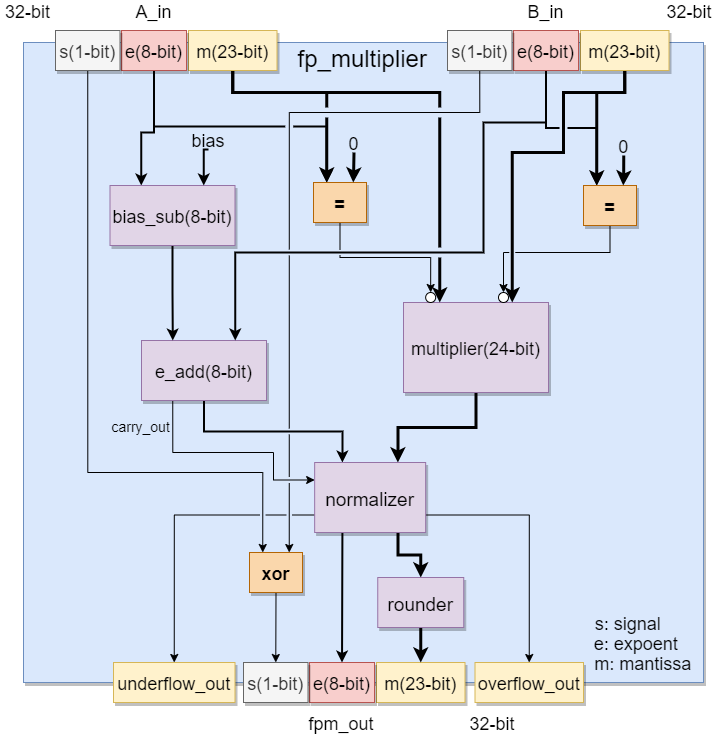
Above: floating_point_multiplier/fp_multiplier_structure.png in UandersonSilva/floating_point (draw.io), before the change. Source tidied: cells renumbered, new cells last; positions are measured from the earlier drawing's top-left corner, leaving out a move shared by most shapes.
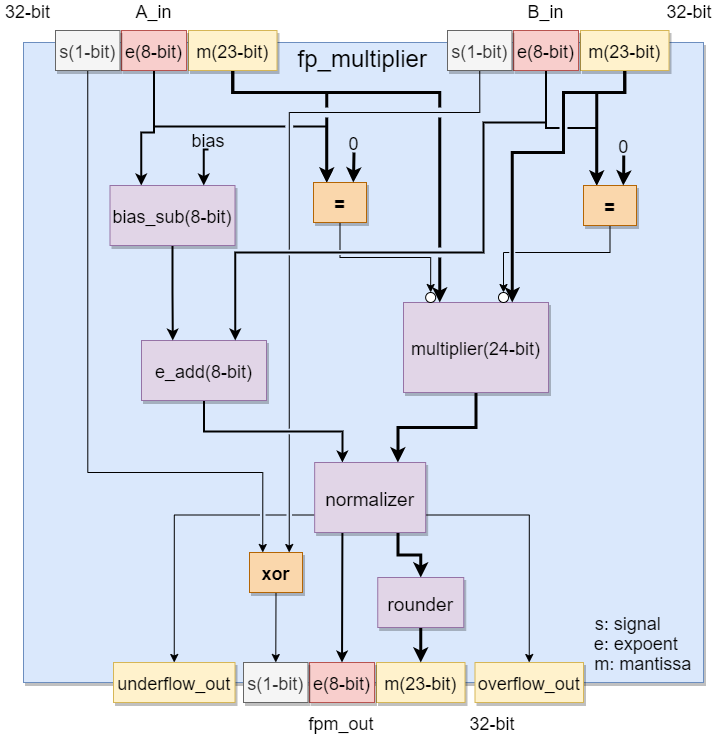
After the change.

Change to the diagram source:
```diff
@@ -20,15 +20,6 @@
     <mxCell id="7" style="edgeStyle=orthogonalEdgeStyle;rounded=0;jettySize=auto;html=1;exitX=0.5;exitY=1;exitDx=0;exitDy=0;entryX=0.25;entryY=0;entryDx=0;entryDy=0;strokeWidth=2;" parent="1" edge="1" source="9" target="40">
       <mxGeometry relative="1" as="geometry" />
     </mxCell>
-    <mxCell id="8" style="edgeStyle=orthogonalEdgeStyle;rounded=0;jettySize=auto;html=1;exitX=0.25;exitY=1;exitDx=0;exitDy=0;entryX=0;entryY=0.25;entryDx=0;entryDy=0;strokeWidth=1;" parent="1" edge="1" source="9" target="40">
-      <mxGeometry relative="1" as="geometry">
-        <Array as="points">
-          <mxPoint x="172" y="452" />
-          <mxPoint x="273" y="452" />
-          <mxPoint x="273" y="480" />
-        </Array>
-      </mxGeometry>
-    </mxCell>
     <mxCell id="9" value="e_add(8-bit)" style="shadow=1;fontSize=18;fillColor=#e1d5e7;strokeColor=#9673a6;" parent="1" vertex="1">
       <mxGeometry x="141" y="340" width="125" height="60" as="geometry" />
     </mxCell>
@@ -239,9 +230,6 @@
     <mxCell id="59" value="0" style="text;strokeColor=none;fillColor=none;align=center;verticalAlign=middle;rounded=0;fontSize=18;" parent="1" vertex="1">
       <mxGeometry x="608.2" y="135" width="30" height="20" as="geometry" />
     </mxCell>
-    <mxCell id="60" value="carry_out" style="text;strokeColor=none;fillColor=none;align=center;verticalAlign=middle;rounded=0;fontSize=14;" parent="1" vertex="1">
-      <mxGeometry x="106" y="416" width="69.2" height="20" as="geometry" />
-    </mxCell>
     <mxCell id="61" style="ellipse;whiteSpace=wrap;html=1;" parent="1" vertex="1">
       <mxGeometry x="425.2" y="292" width="10" height="10" as="geometry" />
     </mxCell>
```
